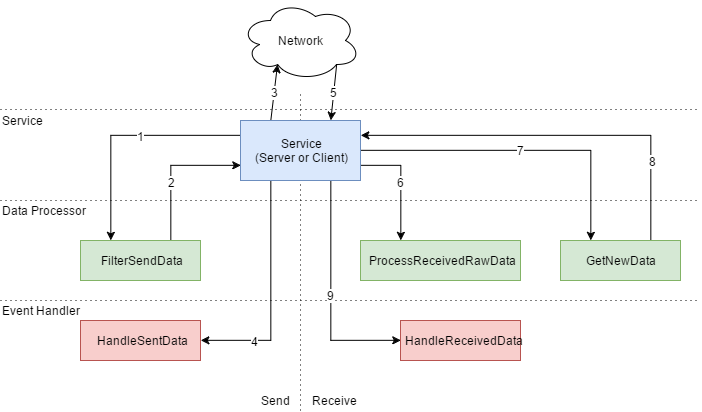
The draw.io diagram docs/img/architecture.png in jrozac/Layer4Stack, before a commit. Source tidied: cells renumbered, new cells last; positions are measured from the earlier drawing's top-left corner, leaving out a move shared by most shapes.
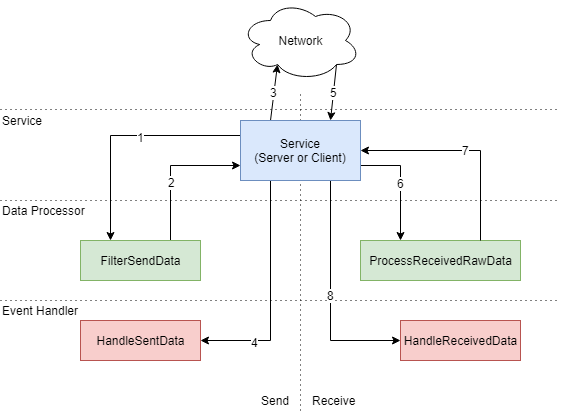
Above is the later version.

Diff of the diagram source:
```diff
@@ -11,7 +11,7 @@
     <mxCell id="3" style="endArrow=none;html=1;dashed=1;dashPattern=1 4;fontSize=16;" parent="1" edge="1">
       <mxGeometry relative="1" as="geometry">
         <mxPoint y="300" as="sourcePoint" />
-        <mxPoint x="700" y="300" as="targetPoint" />
+        <mxPoint x="560" y="300" as="targetPoint" />
       </mxGeometry>
     </mxCell>
     <mxCell id="4" value="&lt;span&gt;ProcessReceivedRawData&lt;/span&gt;" style="whiteSpace=wrap;html=1;fillColor=#d5e8d4;strokeColor=#82b366;" parent="1" vertex="1">
@@ -23,17 +23,6 @@
     <mxCell id="6" value="&lt;span&gt;HandleReceivedData&lt;/span&gt;&lt;br&gt;" style="whiteSpace=wrap;html=1;fillColor=#f8cecc;strokeColor=#b85450;" parent="1" vertex="1">
       <mxGeometry x="400" y="320" width="120" height="40" as="geometry" />
     </mxCell>
-    <mxCell id="7" style="edgeStyle=orthogonalEdgeStyle;rounded=0;html=1;exitX=0.75;exitY=0;entryX=1;entryY=0.25;jettySize=auto;" parent="1" edge="1" source="9" target="21">
-      <mxGeometry relative="1" as="geometry" />
-    </mxCell>
-    <mxCell id="8" value="8" style="text;html=1;align=center;verticalAlign=middle;labelBackgroundColor=#ffffff;fontSize=12;" parent="7" vertex="1">
-      <mxGeometry x="-0.68" relative="1" as="geometry">
-        <mxPoint x="1" y="-17" as="offset" />
-      </mxGeometry>
-    </mxCell>
-    <mxCell id="9" value="&lt;span&gt;GetNewData&lt;/span&gt;" style="whiteSpace=wrap;html=1;fillColor=#d5e8d4;strokeColor=#82b366;" parent="1" vertex="1">
-      <mxGeometry x="560" y="240" width="120" height="40" as="geometry" />
-    </mxCell>
     <mxCell id="10" style="edgeStyle=orthogonalEdgeStyle;rounded=0;html=1;exitX=0.75;exitY=0;entryX=0;entryY=0.75;jettySize=auto;" parent="1" edge="1" source="12" target="21">
       <mxGeometry relative="1" as="geometry" />
     </mxCell>
@@ -46,7 +35,7 @@
     <mxCell id="13" value="6" style="edgeStyle=orthogonalEdgeStyle;rounded=0;html=1;exitX=1;exitY=0.75;entryX=0.25;entryY=0;jettySize=auto;fontSize=12;" parent="1" edge="1" source="21" target="4">
       <mxGeometry relative="1" as="geometry" />
     </mxCell>
-    <mxCell id="14" value="7" style="edgeStyle=orthogonalEdgeStyle;rounded=0;html=1;exitX=1;exitY=0.5;entryX=0.25;entryY=0;jettySize=auto;fontSize=12;" parent="1" edge="1" source="21" target="9">
+    <mxCell id="14" value="7" style="edgeStyle=orthogonalEdgeStyle;rounded=0;html=1;exitX=1;exitY=0.5;entryX=0.75;entryY=0;jettySize=auto;fontSize=12;entryDx=0;entryDy=0;endArrow=none;endFill=0;startArrow=classic;startFill=1;" parent="1" edge="1" source="21" target="4">
       <mxGeometry relative="1" as="geometry" />
     </mxCell>
     <mxCell id="15" style="edgeStyle=orthogonalEdgeStyle;rounded=0;html=1;exitX=0;exitY=0.25;entryX=0.25;entryY=0;jettySize=auto;" parent="1" edge="1" source="21" target="12">
@@ -65,7 +54,7 @@
         <mxPoint x="-17" y="18" as="offset" />
       </mxGeometry>
     </mxCell>
-    <mxCell id="19" value="9" style="edgeStyle=orthogonalEdgeStyle;rounded=0;html=1;exitX=0.75;exitY=1;entryX=0;entryY=0.5;jettySize=auto;fontSize=12;" parent="1" edge="1" source="21" target="6">
+    <mxCell id="19" value="8" style="edgeStyle=orthogonalEdgeStyle;rounded=0;html=1;exitX=0.75;exitY=1;entryX=0;entryY=0.5;jettySize=auto;fontSize=12;" parent="1" edge="1" source="21" target="6">
       <mxGeometry relative="1" as="geometry" />
     </mxCell>
     <mxCell id="20" value="3" style="edgeStyle=none;rounded=0;html=1;exitX=0.25;exitY=0;entryX=0.31;entryY=0.8;entryPerimeter=0;startArrow=none;startFill=0;jettySize=auto;fontSize=12;" parent="1" edge="1" source="21" target="23">
@@ -83,7 +72,7 @@
     <mxCell id="24" style="endArrow=none;html=1;dashed=1;dashPattern=1 4;fontSize=12;" parent="1" edge="1">
       <mxGeometry relative="1" as="geometry">
         <mxPoint y="200" as="sourcePoint" />
-        <mxPoint x="700" y="200" as="targetPoint" />
+        <mxPoint x="560" y="200" as="targetPoint" />
       </mxGeometry>
     </mxCell>
     <mxCell id="25" value="Event Handler" style="text;html=1;strokeColor=none;fillColor=none;align=left;verticalAlign=middle;whiteSpace=wrap;fontSize=12;" parent="1" vertex="1">
@@ -98,7 +87,7 @@
     <mxCell id="28" style="endArrow=none;html=1;dashed=1;dashPattern=1 4;fontSize=12;" parent="1" edge="1">
       <mxGeometry relative="1" as="geometry">
         <mxPoint y="109" as="sourcePoint" />
-        <mxPoint x="700" y="109" as="targetPoint" />
+        <mxPoint x="560" y="109" as="targetPoint" />
       </mxGeometry>
     </mxCell>
     <mxCell id="29" value="Send" style="text;html=1;strokeColor=none;fillColor=none;align=right;verticalAlign=middle;whiteSpace=wrap;fontSize=12;" parent="1" vertex="1">
```
